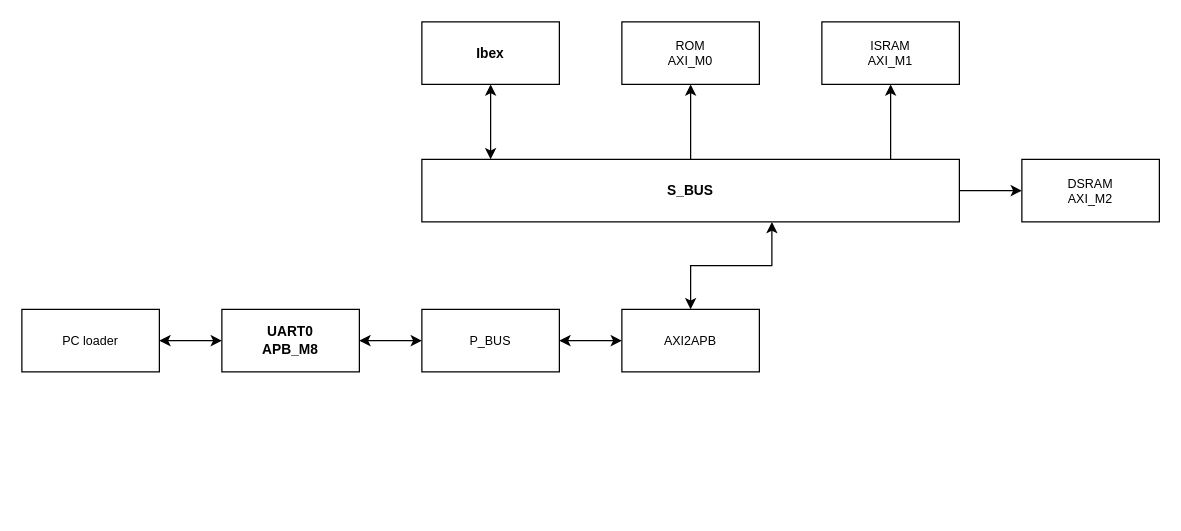
Earlier version of the draw.io diagram page "Boot download path" (2 of 5) of doc/figures/drawio/QNSC_BOOT.drawio (quynhonsemiconductor/vlsi_deep_training). Source tidied: cells renumbered, new cells numbered last; positions are measured from the earlier drawing's top-left corner, leaving out a move shared by most shapes. Both pictures are drawn from the tidied source at 125%, with x=0, y=0 at pixel (21, 21).
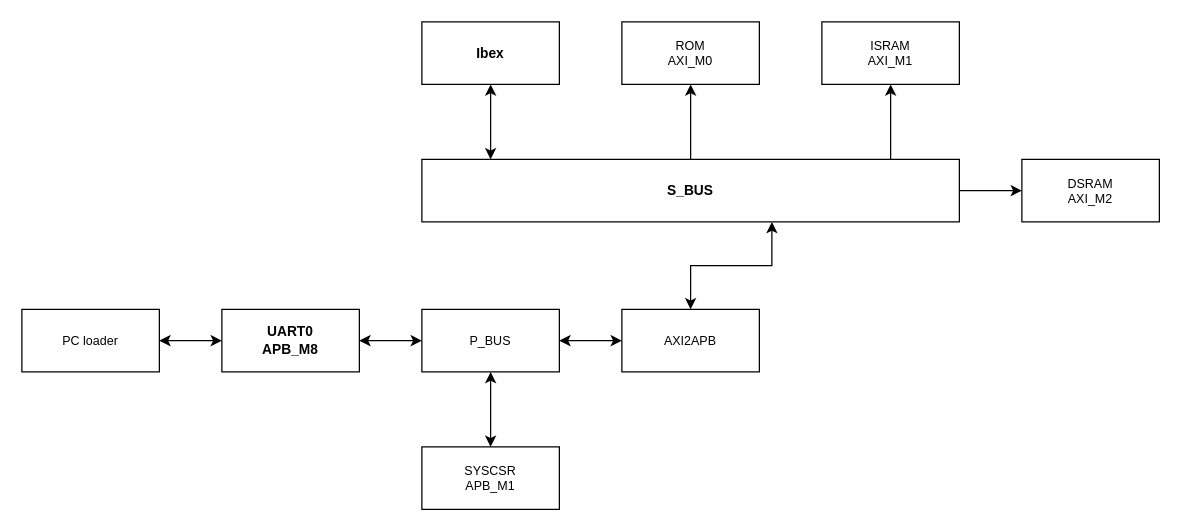
After the change.

The change refers to these unchanged cells:
```xml
<mxCell id="4" value="P_BUS" style="rounded=0;whiteSpace=wrap;html=1;fillColor=#ffffff;strokeColor=#000000;fontSize=10;dashed=0;verticalAlign=middle;" parent="1" vertex="1">
  <mxGeometry x="320" y="230" width="110" height="50" as="geometry" />
</mxCell>
```

Change to the diagram source:
```diff
@@
+    <mxCell id="19" value="SYSCSR&#10;APB_M1" style="rounded=0;whiteSpace=wrap;html=1;fillColor=#ffffff;strokeColor=#000000;fontSize=10;dashed=0;verticalAlign=middle;" parent="1" vertex="1">
+      <mxGeometry x="320" y="340" width="110" height="50" as="geometry" />
+    </mxCell>
@@
+    <mxCell id="20" style="edgeStyle=orthogonalEdgeStyle;rounded=0;html=1;exitX=0.5;exitY=1.0;entryX=0.5;entryY=0.0;exitDx=0;exitDy=0;entryDx=0;entryDy=0;startArrow=classic;startFill=1;" parent="1" edge="1" source="4" target="19">
+      <mxGeometry relative="1" as="geometry" />
+    </mxCell>
```
